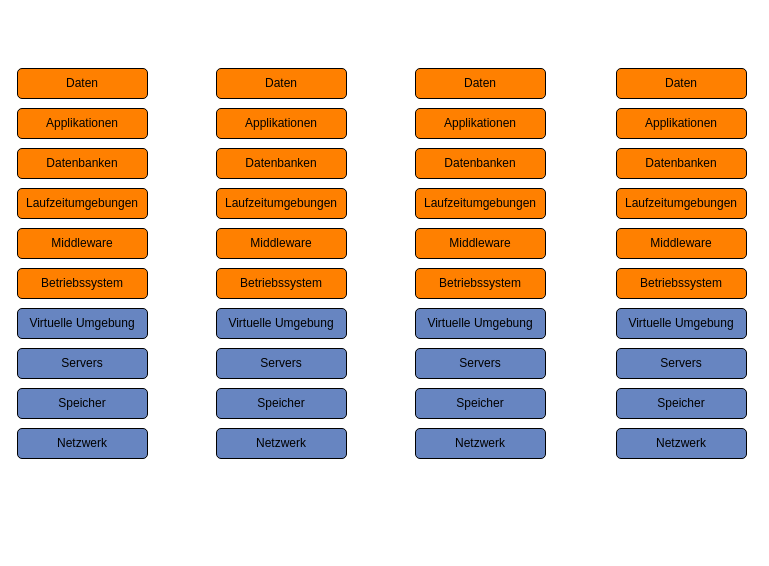
Before: IaaSvsPaaS-etc.drawio in iamulya/drawio-diagrams, a draw.io diagram. Source tidied: cells renumbered, new cells numbered last; positions are measured from the earlier drawing's top-left corner, leaving out a move shared by most shapes. Both pictures are drawn from the tidied source at 100%, with x=0, y=0 at pixel (17, 68).
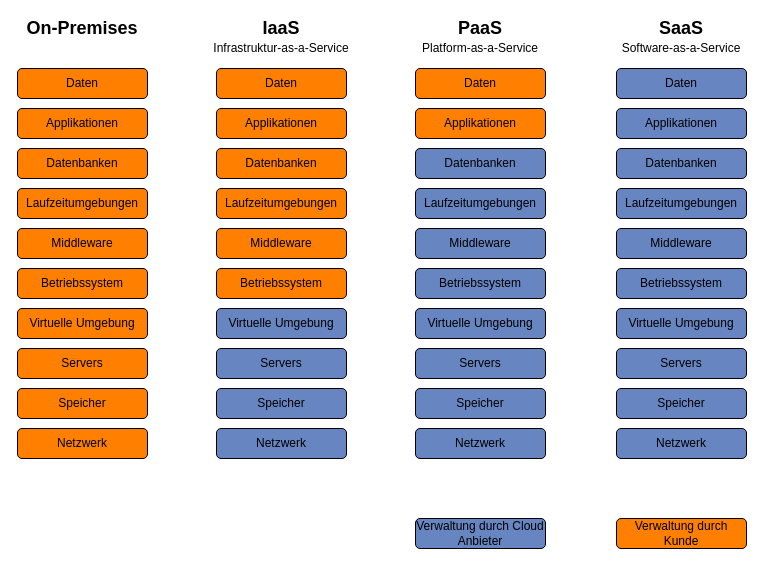
The same page after the edit.

Change to the diagram source:
```diff
@@
-    <mxCell id="8" value="Virtuelle Umgebung" style="rounded=1;whiteSpace=wrap;html=1;fillColor=#6785C1;" parent="1" vertex="1">
+    <mxCell id="8" value="Virtuelle Umgebung" style="rounded=1;whiteSpace=wrap;html=1;fillColor=#FF8000;" parent="1" vertex="1">
       <mxGeometry y="240" width="130" height="30" as="geometry" />
     </mxCell>
-    <mxCell id="9" value="Servers" style="rounded=1;whiteSpace=wrap;html=1;fillColor=#6785C1;" parent="1" vertex="1">
+    <mxCell id="9" value="Servers" style="rounded=1;whiteSpace=wrap;html=1;fillColor=#FF8000;" parent="1" vertex="1">
       <mxGeometry y="280" width="130" height="30" as="geometry" />
     </mxCell>
-    <mxCell id="10" value="Speicher" style="rounded=1;whiteSpace=wrap;html=1;fillColor=#6785C1;" parent="1" vertex="1">
+    <mxCell id="10" value="Speicher" style="rounded=1;whiteSpace=wrap;html=1;fillColor=#FF8000;" parent="1" vertex="1">
       <mxGeometry y="320" width="130" height="30" as="geometry" />
     </mxCell>
-    <mxCell id="11" value="Netzwerk" style="rounded=1;whiteSpace=wrap;html=1;fillColor=#6785C1;" parent="1" vertex="1">
+    <mxCell id="11" value="Netzwerk" style="rounded=1;whiteSpace=wrap;html=1;fillColor=#FF8000;" parent="1" vertex="1">
       <mxGeometry y="360" width="130" height="30" as="geometry" />
     </mxCell>
@@
-    <mxCell id="24" value="Datenbanken" style="rounded=1;whiteSpace=wrap;html=1;fillColor=#FF8000;" parent="1" vertex="1">
+    <mxCell id="24" value="Datenbanken" style="rounded=1;whiteSpace=wrap;html=1;fillColor=#6785C1;" parent="1" vertex="1">
       <mxGeometry x="398" y="80" width="130" height="30" as="geometry" />
     </mxCell>
-    <mxCell id="25" value="Laufzeitumgebungen" style="rounded=1;whiteSpace=wrap;html=1;fillColor=#FF8000;" parent="1" vertex="1">
+    <mxCell id="25" value="Laufzeitumgebungen" style="rounded=1;whiteSpace=wrap;html=1;fillColor=#6785C1;" parent="1" vertex="1">
       <mxGeometry x="398" y="120" width="130" height="30" as="geometry" />
     </mxCell>
-    <mxCell id="26" value="Middleware" style="rounded=1;whiteSpace=wrap;html=1;fillColor=#FF8000;" parent="1" vertex="1">
+    <mxCell id="26" value="Middleware" style="rounded=1;whiteSpace=wrap;html=1;fillColor=#6785C1;" parent="1" vertex="1">
       <mxGeometry x="398" y="160" width="130" height="30" as="geometry" />
     </mxCell>
-    <mxCell id="27" value="Betriebssystem" style="rounded=1;whiteSpace=wrap;html=1;fillColor=#FF8000;" parent="1" vertex="1">
+    <mxCell id="27" value="Betriebssystem" style="rounded=1;whiteSpace=wrap;html=1;fillColor=#6785C1;" parent="1" vertex="1">
       <mxGeometry x="398" y="200" width="130" height="30" as="geometry" />
     </mxCell>
@@
-    <mxCell id="32" value="Daten" style="rounded=1;whiteSpace=wrap;html=1;fillColor=#FF8000;" parent="1" vertex="1">
+    <mxCell id="32" value="Daten" style="rounded=1;whiteSpace=wrap;html=1;fillColor=#6785C1;" parent="1" vertex="1">
       <mxGeometry x="599" width="130" height="30" as="geometry" />
     </mxCell>
-    <mxCell id="33" value="Applikationen" style="rounded=1;whiteSpace=wrap;html=1;fillColor=#FF8000;" parent="1" vertex="1">
+    <mxCell id="33" value="Applikationen" style="rounded=1;whiteSpace=wrap;html=1;fillColor=#6785C1;" parent="1" vertex="1">
       <mxGeometry x="599" y="40" width="130" height="30" as="geometry" />
     </mxCell>
-    <mxCell id="34" value="Datenbanken" style="rounded=1;whiteSpace=wrap;html=1;fillColor=#FF8000;" parent="1" vertex="1">
+    <mxCell id="34" value="Datenbanken" style="rounded=1;whiteSpace=wrap;html=1;fillColor=#6785C1;" parent="1" vertex="1">
       <mxGeometry x="599" y="80" width="130" height="30" as="geometry" />
     </mxCell>
-    <mxCell id="35" value="Laufzeitumgebungen" style="rounded=1;whiteSpace=wrap;html=1;fillColor=#FF8000;" parent="1" vertex="1">
+    <mxCell id="35" value="Laufzeitumgebungen" style="rounded=1;whiteSpace=wrap;html=1;fillColor=#6785C1;" parent="1" vertex="1">
       <mxGeometry x="599" y="120" width="130" height="30" as="geometry" />
     </mxCell>
-    <mxCell id="36" value="Middleware" style="rounded=1;whiteSpace=wrap;html=1;fillColor=#FF8000;" parent="1" vertex="1">
+    <mxCell id="36" value="Middleware" style="rounded=1;whiteSpace=wrap;html=1;fillColor=#6785C1;" parent="1" vertex="1">
       <mxGeometry x="599" y="160" width="130" height="30" as="geometry" />
     </mxCell>
-    <mxCell id="37" value="Betriebssystem" style="rounded=1;whiteSpace=wrap;html=1;fillColor=#FF8000;" parent="1" vertex="1">
+    <mxCell id="37" value="Betriebssystem" style="rounded=1;whiteSpace=wrap;html=1;fillColor=#6785C1;" parent="1" vertex="1">
       <mxGeometry x="599" y="200" width="130" height="30" as="geometry" />
     </mxCell>
@@
+    <mxCell id="42" value="&lt;b&gt;&lt;font style=&quot;font-size: 18px&quot;&gt;On-Premises&lt;/font&gt;&lt;/b&gt;" style="text;html=1;strokeColor=none;fillColor=none;align=center;verticalAlign=middle;whiteSpace=wrap;rounded=0;" parent="1" vertex="1">
+      <mxGeometry y="-50" width="130" height="20" as="geometry" />
+    </mxCell>
+    <mxCell id="43" value="&lt;b&gt;&lt;font style=&quot;font-size: 18px&quot;&gt;IaaS&lt;/font&gt;&lt;/b&gt;" style="text;html=1;strokeColor=none;fillColor=none;align=center;verticalAlign=middle;whiteSpace=wrap;rounded=0;" parent="1" vertex="1">
+      <mxGeometry x="199" y="-50" width="130" height="20" as="geometry" />
+    </mxCell>
+    <mxCell id="44" value="&lt;b&gt;&lt;font style=&quot;font-size: 18px&quot;&gt;PaaS&lt;/font&gt;&lt;/b&gt;" style="text;html=1;strokeColor=none;fillColor=none;align=center;verticalAlign=middle;whiteSpace=wrap;rounded=0;" parent="1" vertex="1">
+      <mxGeometry x="398" y="-50" width="130" height="20" as="geometry" />
+    </mxCell>
+    <mxCell id="45" value="&lt;b&gt;&lt;font style=&quot;font-size: 18px&quot;&gt;SaaS&lt;/font&gt;&lt;/b&gt;" style="text;html=1;strokeColor=none;fillColor=none;align=center;verticalAlign=middle;whiteSpace=wrap;rounded=0;" parent="1" vertex="1">
+      <mxGeometry x="599" y="-50" width="130" height="20" as="geometry" />
+    </mxCell>
+    <mxCell id="46" value="Verwaltung durch Cloud Anbieter" style="rounded=1;whiteSpace=wrap;html=1;fillColor=#6785C1;" parent="1" vertex="1">
+      <mxGeometry x="398" y="450" width="130" height="30" as="geometry" />
+    </mxCell>
+    <mxCell id="47" value="Verwaltung durch Kunde" style="rounded=1;whiteSpace=wrap;html=1;fillColor=#FF8000;" parent="1" vertex="1">
+      <mxGeometry x="599" y="450" width="130" height="30" as="geometry" />
+    </mxCell>
+    <mxCell id="48" value="Infrastruktur-as-a-Service" style="text;html=1;strokeColor=none;fillColor=none;align=center;verticalAlign=middle;whiteSpace=wrap;rounded=0;" parent="1" vertex="1">
+      <mxGeometry x="194" y="-30" width="140" height="20" as="geometry" />
+    </mxCell>
+    <mxCell id="49" value="Platform-as-a-Service" style="text;html=1;strokeColor=none;fillColor=none;align=center;verticalAlign=middle;whiteSpace=wrap;rounded=0;" parent="1" vertex="1">
+      <mxGeometry x="393" y="-30" width="140" height="20" as="geometry" />
+    </mxCell>
+    <mxCell id="50" value="Software-as-a-Service" style="text;html=1;strokeColor=none;fillColor=none;align=center;verticalAlign=middle;whiteSpace=wrap;rounded=0;" parent="1" vertex="1">
+      <mxGeometry x="594" y="-30" width="140" height="20" as="geometry" />
+    </mxCell>
```
